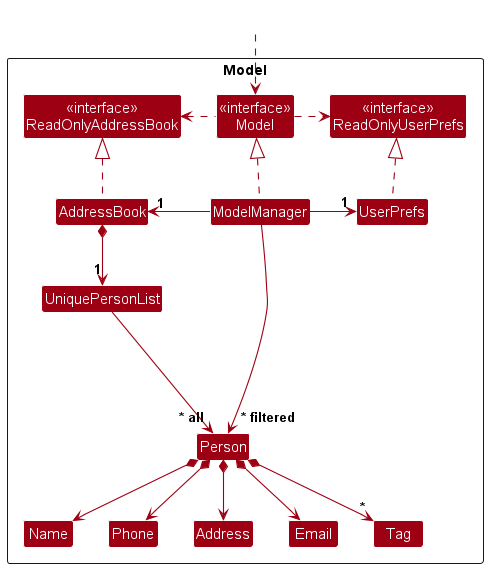
The PlantUML diagram docs/images/ModelClassDiagram.png in nus-cs2103-AY2425S1/tp, before a commit.
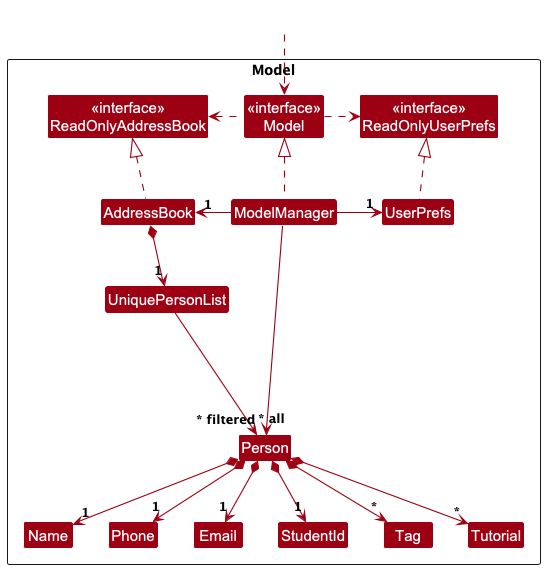
The same diagram one commit later.

Diff of the diagram source:
```diff
@@ -14,11 +14,12 @@
 
 Class UniquePersonList
 Class Person
-Class Address
 Class Email
 Class Name
 Class Phone
+Class StudentId
 Class Tag
+Class Tutorial
 
 Class I #FFFFFF
 }
@@ -37,18 +38,17 @@
 
 AddressBook *--> "1" UniquePersonList
 UniquePersonList --> "~* all" Person
-Person *--> Name
-Person *--> Phone
-Person *--> Email
-Person *--> Address
+Person *--> "1" Name
+Person *--> "1" Phone
+Person *--> "1" Email
+Person *--> "1" StudentId
 Person *--> "*" Tag
+Person *--> "*" Tutorial
 
 Person -[hidden]up--> I
 UniquePersonList -[hidden]right-> I
 
 Name -[hidden]right-> Phone
-Phone -[hidden]right-> Address
-Address -[hidden]right-> Email
 
 ModelManager --> "~* filtered" Person
 @enduml
```
